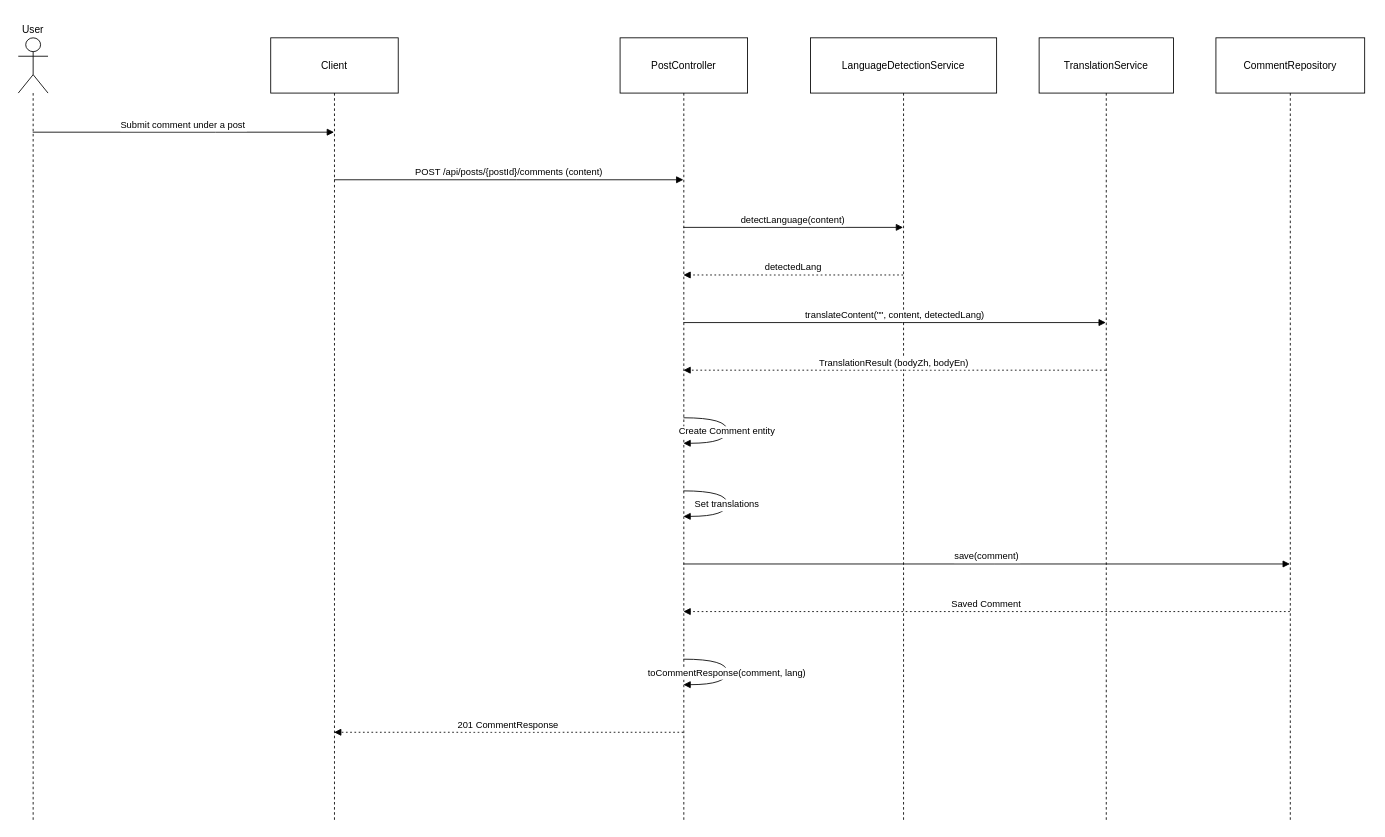
The draw.io diagram page "第 13 页" (13 of 25) of SequeDagram.drawio in pzyllll/Graduation-project-document, before the edit. Source tidied: cells renumbered, new cells numbered last; positions are measured from the earlier drawing's top-left corner, leaving out a move shared by most shapes. Both pictures are drawn from the tidied source at 85%, with x=0, y=0 at pixel (18, 37).
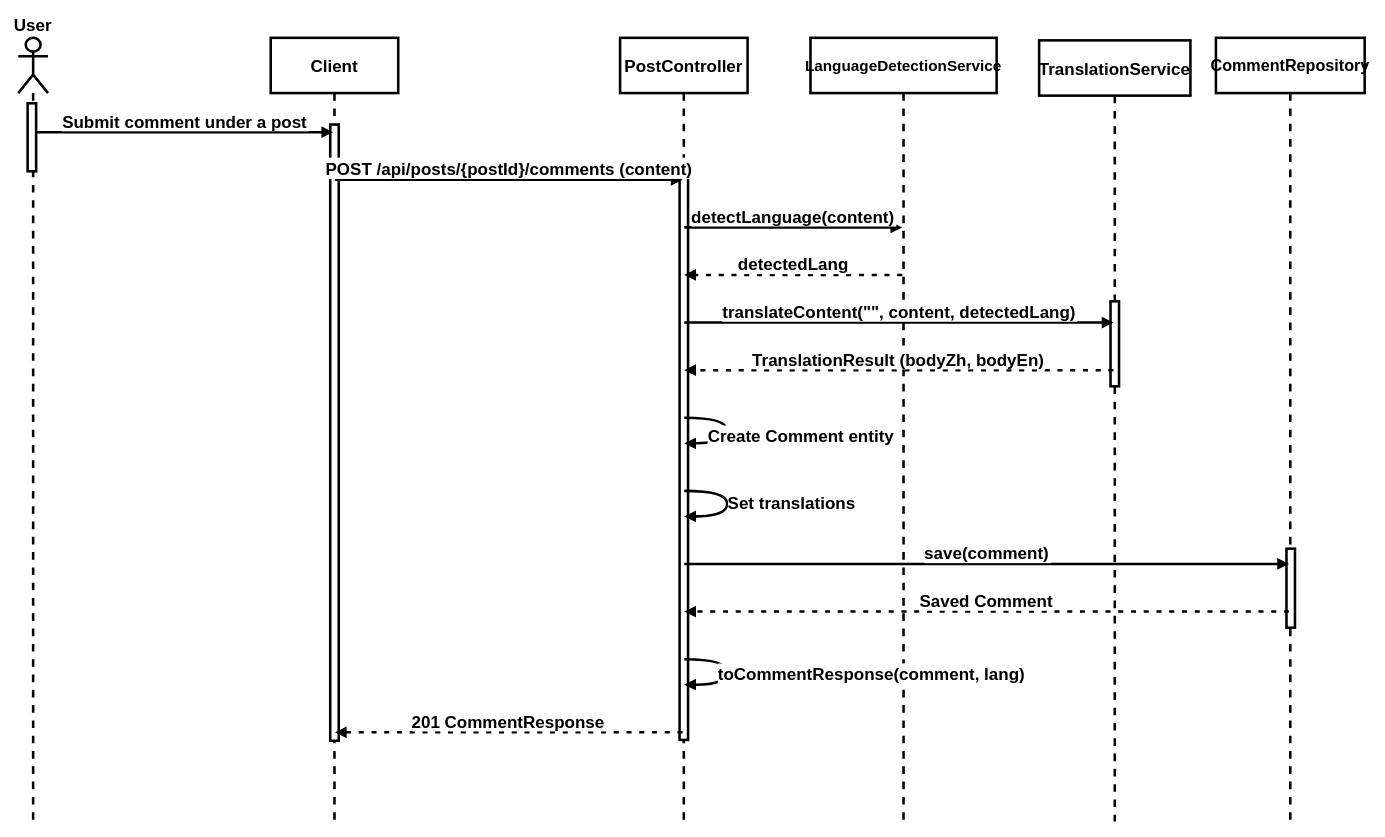
Above is the later version.

The edit, as a diff of the source:
```diff
@@
-    <mxCell id="2" value="User" style="shape=umlLifeline;perimeter=lifelinePerimeter;whiteSpace=wrap;outlineConnect=0;portConstraint=eastwest;newEdgeStyle={&quot;edgeStyle&quot;:&quot;elbowEdgeStyle&quot;,&quot;elbow&quot;:&quot;vertical&quot;,&quot;curved&quot;:0,&quot;rounded&quot;:0};participant=umlActor;verticalAlign=bottom;labelPosition=center;verticalLabelPosition=top;align=center;size=65;" parent="1" vertex="1">
+    <mxCell id="2" value="User" style="shape=umlLifeline;perimeter=lifelinePerimeter;whiteSpace=wrap;outlineConnect=0;portConstraint=eastwest;newEdgeStyle={&quot;edgeStyle&quot;:&quot;elbowEdgeStyle&quot;,&quot;elbow&quot;:&quot;vertical&quot;,&quot;curved&quot;:0,&quot;rounded&quot;:0};participant=umlActor;verticalAlign=bottom;labelPosition=center;verticalLabelPosition=top;align=center;size=65;strokeWidth=3;fontSize=20;fontStyle=1;" parent="1" vertex="1">
       <mxGeometry width="35" height="922" as="geometry" />
     </mxCell>
-    <mxCell id="3" value="Client" style="shape=umlLifeline;perimeter=lifelinePerimeter;whiteSpace=wrap;outlineConnect=0;portConstraint=eastwest;newEdgeStyle={&quot;edgeStyle&quot;:&quot;elbowEdgeStyle&quot;,&quot;elbow&quot;:&quot;vertical&quot;,&quot;curved&quot;:0,&quot;rounded&quot;:0};size=65;" parent="1" vertex="1">
+    <mxCell id="3" value="Client" style="shape=umlLifeline;perimeter=lifelinePerimeter;whiteSpace=wrap;outlineConnect=0;portConstraint=eastwest;newEdgeStyle={&quot;edgeStyle&quot;:&quot;elbowEdgeStyle&quot;,&quot;elbow&quot;:&quot;vertical&quot;,&quot;curved&quot;:0,&quot;rounded&quot;:0};size=65;strokeWidth=3;fontSize=20;fontStyle=1;" parent="1" vertex="1">
       <mxGeometry x="297" width="150" height="922" as="geometry" />
     </mxCell>
+    <mxCell id="20" style="html=1;perimeter=orthogonalPerimeter;targetShapes=umlLifeline;newEdgeStyle={&quot;curved&quot;:0,&quot;rounded&quot;:0};strokeWidth=3;" parent="3" vertex="1">
+      <mxGeometry x="70" y="102" width="10" height="725" as="geometry" />
+    </mxCell>
-    <mxCell id="4" value="PostController" style="shape=umlLifeline;perimeter=lifelinePerimeter;whiteSpace=wrap;outlineConnect=0;portConstraint=eastwest;newEdgeStyle={&quot;edgeStyle&quot;:&quot;elbowEdgeStyle&quot;,&quot;elbow&quot;:&quot;vertical&quot;,&quot;curved&quot;:0,&quot;rounded&quot;:0};size=65;" parent="1" vertex="1">
+    <mxCell id="4" value="PostController" style="shape=umlLifeline;perimeter=lifelinePerimeter;whiteSpace=wrap;outlineConnect=0;portConstraint=eastwest;newEdgeStyle={&quot;edgeStyle&quot;:&quot;elbowEdgeStyle&quot;,&quot;elbow&quot;:&quot;vertical&quot;,&quot;curved&quot;:0,&quot;rounded&quot;:0};size=65;strokeWidth=3;fontSize=20;fontStyle=1;" parent="1" vertex="1">
       <mxGeometry x="708" width="150" height="922" as="geometry" />
     </mxCell>
+    <mxCell id="21" style="html=1;perimeter=orthogonalPerimeter;targetShapes=umlLifeline;newEdgeStyle={&quot;curved&quot;:0,&quot;rounded&quot;:0};strokeWidth=3;" parent="4" vertex="1">
+      <mxGeometry x="70" y="157" width="10" height="669" as="geometry" />
+    </mxCell>
-    <mxCell id="5" value="LanguageDetectionService" style="shape=umlLifeline;perimeter=lifelinePerimeter;whiteSpace=wrap;outlineConnect=0;portConstraint=eastwest;newEdgeStyle={&quot;edgeStyle&quot;:&quot;elbowEdgeStyle&quot;,&quot;elbow&quot;:&quot;vertical&quot;,&quot;curved&quot;:0,&quot;rounded&quot;:0};size=65;" parent="1" vertex="1">
+    <mxCell id="5" value="LanguageDetectionService" style="shape=umlLifeline;perimeter=lifelinePerimeter;whiteSpace=wrap;outlineConnect=0;portConstraint=eastwest;newEdgeStyle={&quot;edgeStyle&quot;:&quot;elbowEdgeStyle&quot;,&quot;elbow&quot;:&quot;vertical&quot;,&quot;curved&quot;:0,&quot;rounded&quot;:0};size=65;strokeWidth=3;fontSize=18;fontStyle=1;" parent="1" vertex="1">
       <mxGeometry x="932" width="219" height="922" as="geometry" />
     </mxCell>
-    <mxCell id="6" value="TranslationService" style="shape=umlLifeline;perimeter=lifelinePerimeter;whiteSpace=wrap;outlineConnect=0;portConstraint=eastwest;newEdgeStyle={&quot;edgeStyle&quot;:&quot;elbowEdgeStyle&quot;,&quot;elbow&quot;:&quot;vertical&quot;,&quot;curved&quot;:0,&quot;rounded&quot;:0};size=65;" parent="1" vertex="1">
-      <mxGeometry x="1201" width="158" height="922" as="geometry" />
+    <mxCell id="6" value="TranslationService" style="shape=umlLifeline;perimeter=lifelinePerimeter;whiteSpace=wrap;outlineConnect=0;portConstraint=eastwest;newEdgeStyle={&quot;edgeStyle&quot;:&quot;elbowEdgeStyle&quot;,&quot;elbow&quot;:&quot;vertical&quot;,&quot;curved&quot;:0,&quot;rounded&quot;:0};size=65;strokeWidth=3;fontSize=20;fontStyle=1;" parent="1" vertex="1">
+      <mxGeometry x="1201" y="3" width="178" height="919" as="geometry" />
     </mxCell>
+    <mxCell id="22" style="html=1;perimeter=orthogonalPerimeter;targetShapes=umlLifeline;newEdgeStyle={&quot;curved&quot;:0,&quot;rounded&quot;:0};strokeWidth=3;" parent="6" vertex="1">
+      <mxGeometry x="84" y="307" width="10" height="100" as="geometry" />
+    </mxCell>
-    <mxCell id="7" value="CommentRepository" style="shape=umlLifeline;perimeter=lifelinePerimeter;whiteSpace=wrap;outlineConnect=0;portConstraint=eastwest;newEdgeStyle={&quot;edgeStyle&quot;:&quot;elbowEdgeStyle&quot;,&quot;elbow&quot;:&quot;vertical&quot;,&quot;curved&quot;:0,&quot;rounded&quot;:0};size=65;" parent="1" vertex="1">
+    <mxCell id="7" value="CommentRepository" style="shape=umlLifeline;perimeter=lifelinePerimeter;whiteSpace=wrap;outlineConnect=0;portConstraint=eastwest;newEdgeStyle={&quot;edgeStyle&quot;:&quot;elbowEdgeStyle&quot;,&quot;elbow&quot;:&quot;vertical&quot;,&quot;curved&quot;:0,&quot;rounded&quot;:0};size=65;strokeWidth=3;fontSize=19;fontStyle=1;" parent="1" vertex="1">
       <mxGeometry x="1409" width="175" height="922" as="geometry" />
     </mxCell>
+    <mxCell id="23" style="html=1;perimeter=orthogonalPerimeter;targetShapes=umlLifeline;newEdgeStyle={&quot;curved&quot;:0,&quot;rounded&quot;:0};strokeWidth=3;" parent="7" vertex="1">
+      <mxGeometry x="83" y="601" width="10" height="93" as="geometry" />
+    </mxCell>
-    <mxCell id="8" value="Submit comment under a post" style="verticalAlign=bottom;edgeStyle=elbowEdgeStyle;elbow=vertical;curved=0;rounded=0;endArrow=block;" parent="1" edge="1" source="2" target="3">
+    <mxCell id="8" value="Submit comment under a post" style="verticalAlign=bottom;edgeStyle=elbowEdgeStyle;elbow=vertical;curved=0;rounded=0;endArrow=block;strokeWidth=3;fontSize=20;fontStyle=1;" parent="1" edge="1" source="25" target="3">
       <mxGeometry relative="1" as="geometry">
         <Array as="points">
           <mxPoint x="232" y="111" />
         </Array>
       </mxGeometry>
     </mxCell>
-    <mxCell id="9" value="POST /api/posts/{postId}/comments (content)" style="verticalAlign=bottom;edgeStyle=elbowEdgeStyle;elbow=vertical;curved=0;rounded=0;endArrow=block;" parent="1" edge="1" source="3" target="4">
+    <mxCell id="9" value="POST /api/posts/{postId}/comments (content)" style="verticalAlign=bottom;edgeStyle=elbowEdgeStyle;elbow=vertical;curved=0;rounded=0;endArrow=block;strokeWidth=3;fontSize=20;fontStyle=1;" parent="1" edge="1" source="3" target="4">
       <mxGeometry relative="1" as="geometry">
         <Array as="points">
           <mxPoint x="586" y="167" />
         </Array>
       </mxGeometry>
     </mxCell>
-    <mxCell id="10" value="detectLanguage(content)" style="verticalAlign=bottom;edgeStyle=elbowEdgeStyle;elbow=vertical;curved=0;rounded=0;endArrow=block;" parent="1" edge="1" source="4" target="5">
+    <mxCell id="10" value="detectLanguage(content)" style="verticalAlign=bottom;edgeStyle=elbowEdgeStyle;elbow=vertical;curved=0;rounded=0;endArrow=block;strokeWidth=3;fontSize=20;fontStyle=1;" parent="1" edge="1" source="4" target="5">
       <mxGeometry relative="1" as="geometry">
         <Array as="points">
           <mxPoint x="921" y="223" />
         </Array>
       </mxGeometry>
     </mxCell>
-    <mxCell id="11" value="detectedLang" style="verticalAlign=bottom;edgeStyle=elbowEdgeStyle;elbow=vertical;curved=0;rounded=0;dashed=1;dashPattern=2 3;endArrow=block;" parent="1" edge="1" source="5" target="4">
+    <mxCell id="11" value="detectedLang" style="verticalAlign=bottom;edgeStyle=elbowEdgeStyle;elbow=vertical;curved=0;rounded=0;dashed=1;dashPattern=2 3;endArrow=block;strokeWidth=3;fontSize=20;fontStyle=1;" parent="1" edge="1" source="5" target="4">
       <mxGeometry relative="1" as="geometry">
         <Array as="points">
           <mxPoint x="924" y="279" />
         </Array>
       </mxGeometry>
     </mxCell>
-    <mxCell id="12" value="translateContent(&quot;&quot;, content, detectedLang)" style="verticalAlign=bottom;edgeStyle=elbowEdgeStyle;elbow=vertical;curved=0;rounded=0;endArrow=block;" parent="1" edge="1" source="4" target="6">
+    <mxCell id="12" value="translateContent(&quot;&quot;, content, detectedLang)" style="verticalAlign=bottom;edgeStyle=elbowEdgeStyle;elbow=vertical;curved=0;rounded=0;endArrow=block;strokeWidth=3;fontSize=20;fontStyle=1;" parent="1" edge="1" source="4" target="6">
       <mxGeometry relative="1" as="geometry">
         <Array as="points">
           <mxPoint x="1040" y="335" />
         </Array>
       </mxGeometry>
     </mxCell>
-    <mxCell id="13" value="TranslationResult (bodyZh, bodyEn)" style="verticalAlign=bottom;edgeStyle=elbowEdgeStyle;elbow=vertical;curved=0;rounded=0;dashed=1;dashPattern=2 3;endArrow=block;" parent="1" edge="1" source="6" target="4">
+    <mxCell id="13" value="TranslationResult (bodyZh, bodyEn)" style="verticalAlign=bottom;edgeStyle=elbowEdgeStyle;elbow=vertical;curved=0;rounded=0;dashed=1;dashPattern=2 3;endArrow=block;strokeWidth=3;fontSize=20;fontStyle=1;" parent="1" edge="1" source="6" target="4">
       <mxGeometry relative="1" as="geometry">
         <Array as="points">
           <mxPoint x="1043" y="391" />
         </Array>
       </mxGeometry>
     </mxCell>
-    <mxCell id="14" value="Create Comment entity" style="curved=1;endArrow=block;rounded=0;" parent="1" edge="1" source="4" target="4">
-      <mxGeometry relative="1" as="geometry">
+    <mxCell id="14" value="Create Comment entity" style="curved=1;endArrow=block;rounded=0;strokeWidth=3;fontSize=20;fontStyle=1;" parent="1" edge="1" source="4" target="4">
+      <mxGeometry x="0.09" y="87" relative="1" as="geometry">
         <Array as="points">
           <mxPoint x="834" y="447" />
           <mxPoint x="834" y="477" />
         </Array>
       </mxGeometry>
     </mxCell>
-    <mxCell id="15" value="Set translations" style="curved=1;endArrow=block;rounded=0;" parent="1" edge="1" source="4" target="4">
-      <mxGeometry relative="1" as="geometry">
+    <mxCell id="15" value="Set translations" style="curved=1;endArrow=block;rounded=0;strokeWidth=3;fontSize=20;fontStyle=1;" parent="1" edge="1" source="4" target="4">
+      <mxGeometry x="-0.03" y="76" relative="1" as="geometry">
         <Array as="points">
           <mxPoint x="834" y="533" />
           <mxPoint x="834" y="563" />
         </Array>
+        <mxPoint y="-1" as="offset" />
       </mxGeometry>
     </mxCell>
-    <mxCell id="16" value="save(comment)" style="verticalAlign=bottom;edgeStyle=elbowEdgeStyle;elbow=vertical;curved=0;rounded=0;endArrow=block;" parent="1" edge="1" source="4" target="7">
+    <mxCell id="16" value="save(comment)" style="verticalAlign=bottom;edgeStyle=elbowEdgeStyle;elbow=vertical;curved=0;rounded=0;endArrow=block;strokeWidth=3;fontSize=20;fontStyle=1;" parent="1" edge="1" source="4" target="7">
       <mxGeometry relative="1" as="geometry">
         <Array as="points">
           <mxPoint x="1148" y="619" />
         </Array>
       </mxGeometry>
     </mxCell>
-    <mxCell id="17" value="Saved Comment" style="verticalAlign=bottom;edgeStyle=elbowEdgeStyle;elbow=vertical;curved=0;rounded=0;dashed=1;dashPattern=2 3;endArrow=block;" parent="1" edge="1" source="7" target="4">
+    <mxCell id="17" value="Saved Comment" style="verticalAlign=bottom;edgeStyle=elbowEdgeStyle;elbow=vertical;curved=0;rounded=0;dashed=1;dashPattern=2 3;endArrow=block;strokeWidth=3;fontSize=20;fontStyle=1;" parent="1" edge="1" source="7" target="4">
       <mxGeometry relative="1" as="geometry">
         <Array as="points">
           <mxPoint x="1151" y="675" />
         </Array>
       </mxGeometry>
     </mxCell>
-    <mxCell id="18" value="toCommentResponse(comment, lang)" style="curved=1;endArrow=block;rounded=0;" parent="1" edge="1" source="4" target="4">
-      <mxGeometry relative="1" as="geometry">
+    <mxCell id="18" value="toCommentResponse(comment, lang)" style="curved=1;endArrow=block;rounded=0;strokeWidth=3;fontSize=20;fontStyle=1;" parent="1" edge="1" source="4" target="4">
+      <mxGeometry x="0.02" y="170" relative="1" as="geometry">
         <Array as="points">
           <mxPoint x="834" y="731" />
           <mxPoint x="834" y="761" />
         </Array>
       </mxGeometry>
     </mxCell>
-    <mxCell id="19" value="201 CommentResponse" style="verticalAlign=bottom;edgeStyle=elbowEdgeStyle;elbow=vertical;curved=0;rounded=0;dashed=1;dashPattern=2 3;endArrow=block;" parent="1" edge="1" source="4" target="3">
+    <mxCell id="19" value="201 CommentResponse" style="verticalAlign=bottom;edgeStyle=elbowEdgeStyle;elbow=vertical;curved=0;rounded=0;dashed=1;dashPattern=2 3;endArrow=block;strokeWidth=3;fontSize=20;fontStyle=1;" parent="1" edge="1" source="4" target="3">
       <mxGeometry relative="1" as="geometry">
         <Array as="points">
           <mxPoint x="589" y="817" />
         </Array>
       </mxGeometry>
     </mxCell>
+    <mxCell id="24" style="verticalAlign=bottom;edgeStyle=elbowEdgeStyle;elbow=vertical;curved=0;rounded=0;endArrow=block;strokeWidth=3;fontSize=20;fontStyle=1;" parent="1" edge="1" source="2" target="25">
+      <mxGeometry relative="1" as="geometry" />
+    </mxCell>
+    <mxCell id="25" style="html=1;points=[[0,0,0,0,5],[0,1,0,0,-5],[1,0,0,0,5],[1,1,0,0,-5]];perimeter=orthogonalPerimeter;outlineConnect=0;targetShapes=umlLifeline;portConstraint=eastwest;newEdgeStyle={&quot;curved&quot;:0,&quot;rounded&quot;:0};strokeWidth=3;" parent="1" vertex="1">
+      <mxGeometry x="11" y="77" width="10" height="80" as="geometry" />
+    </mxCell>
```
